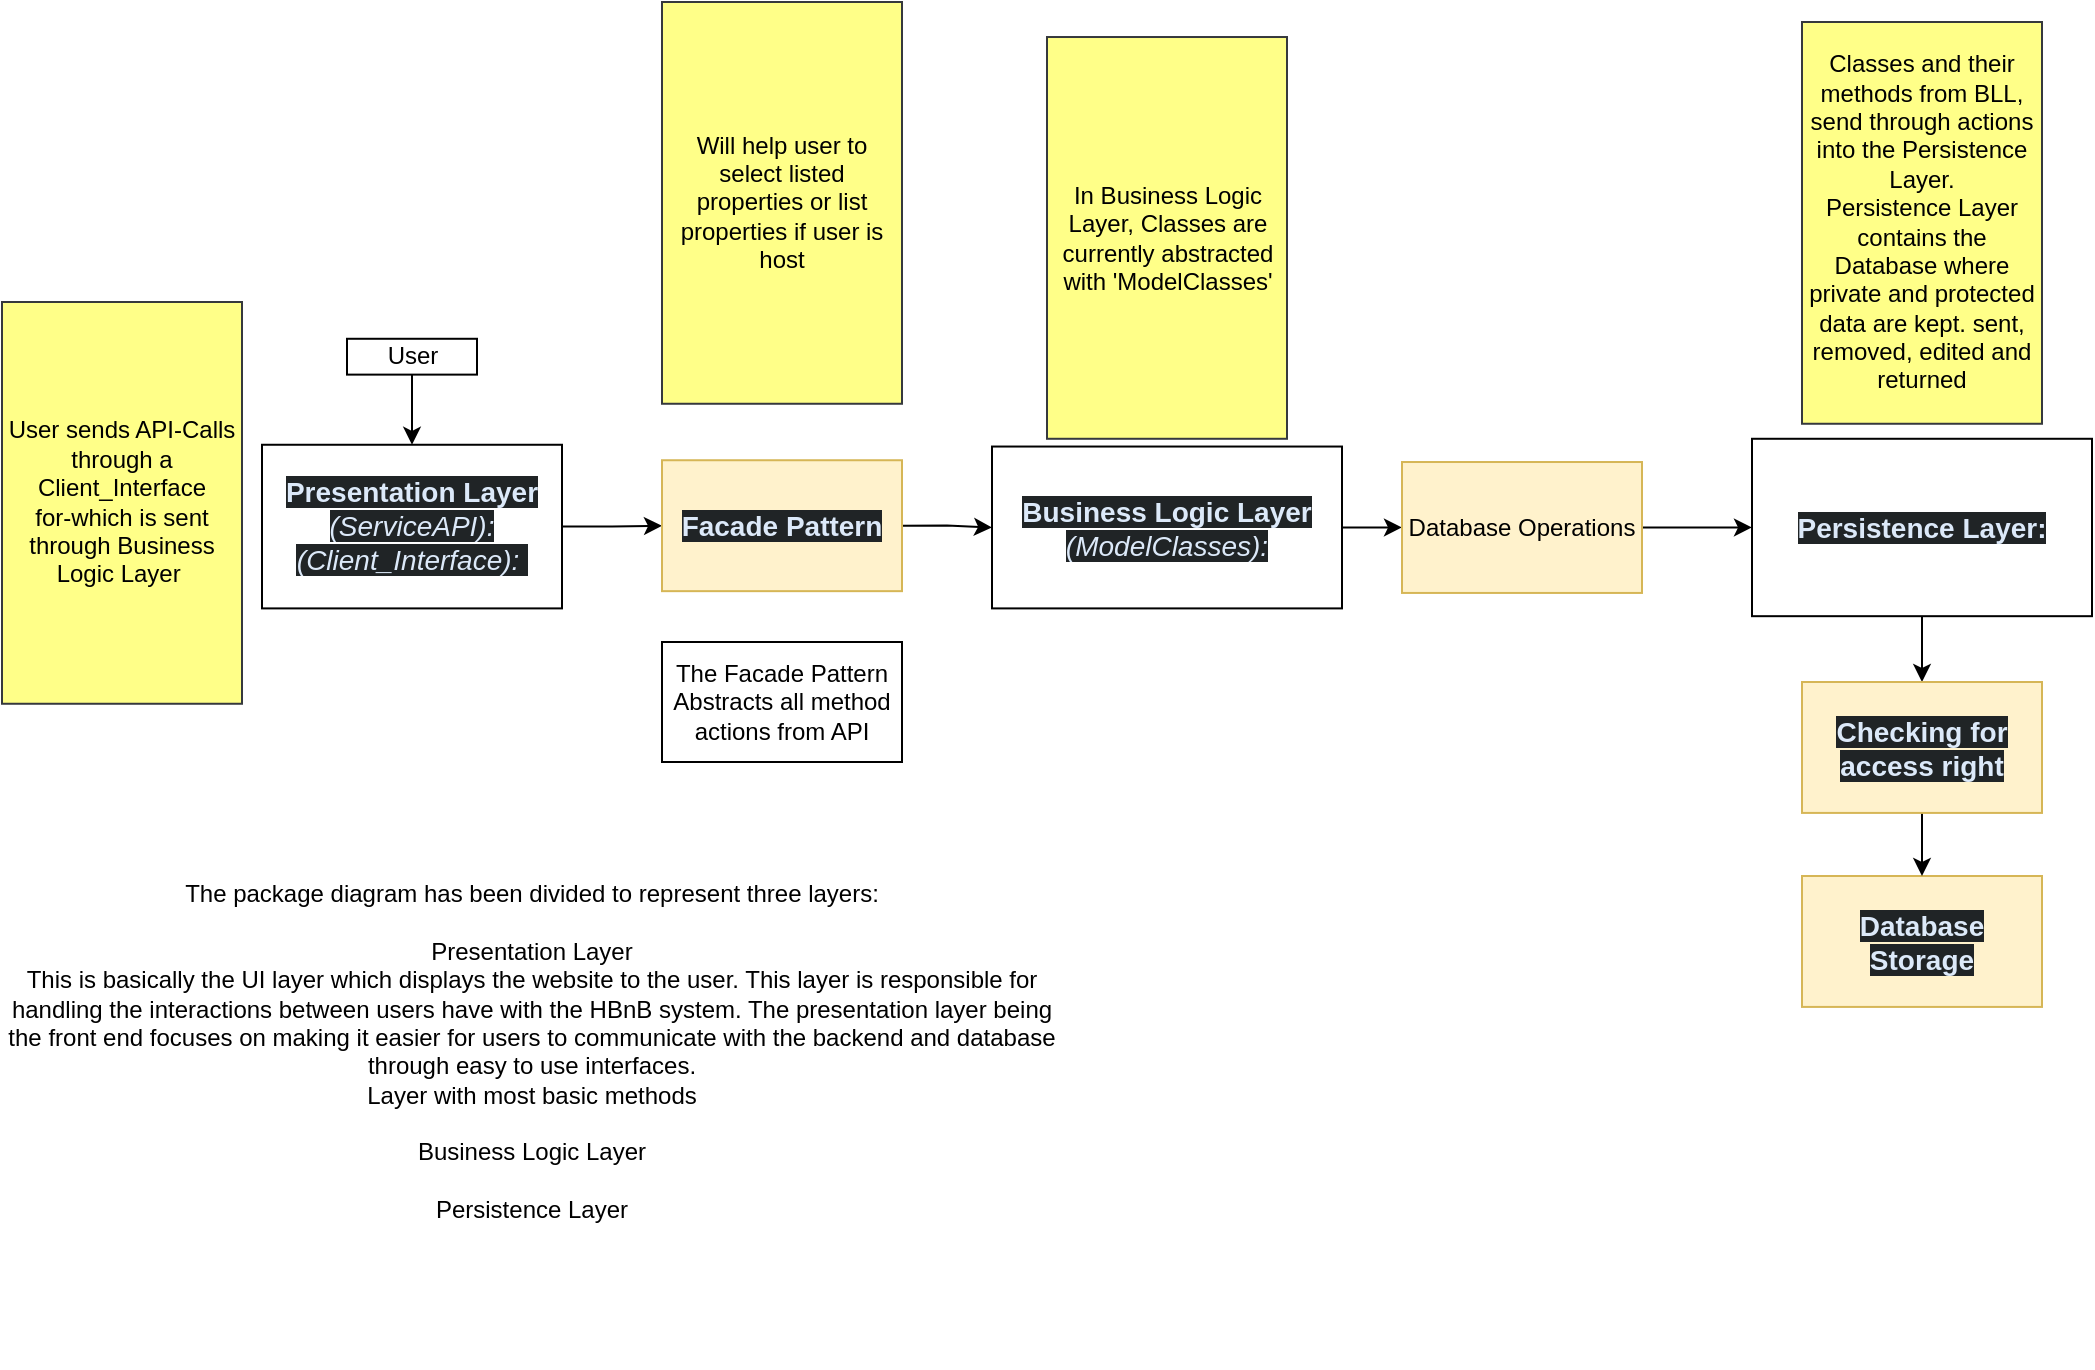
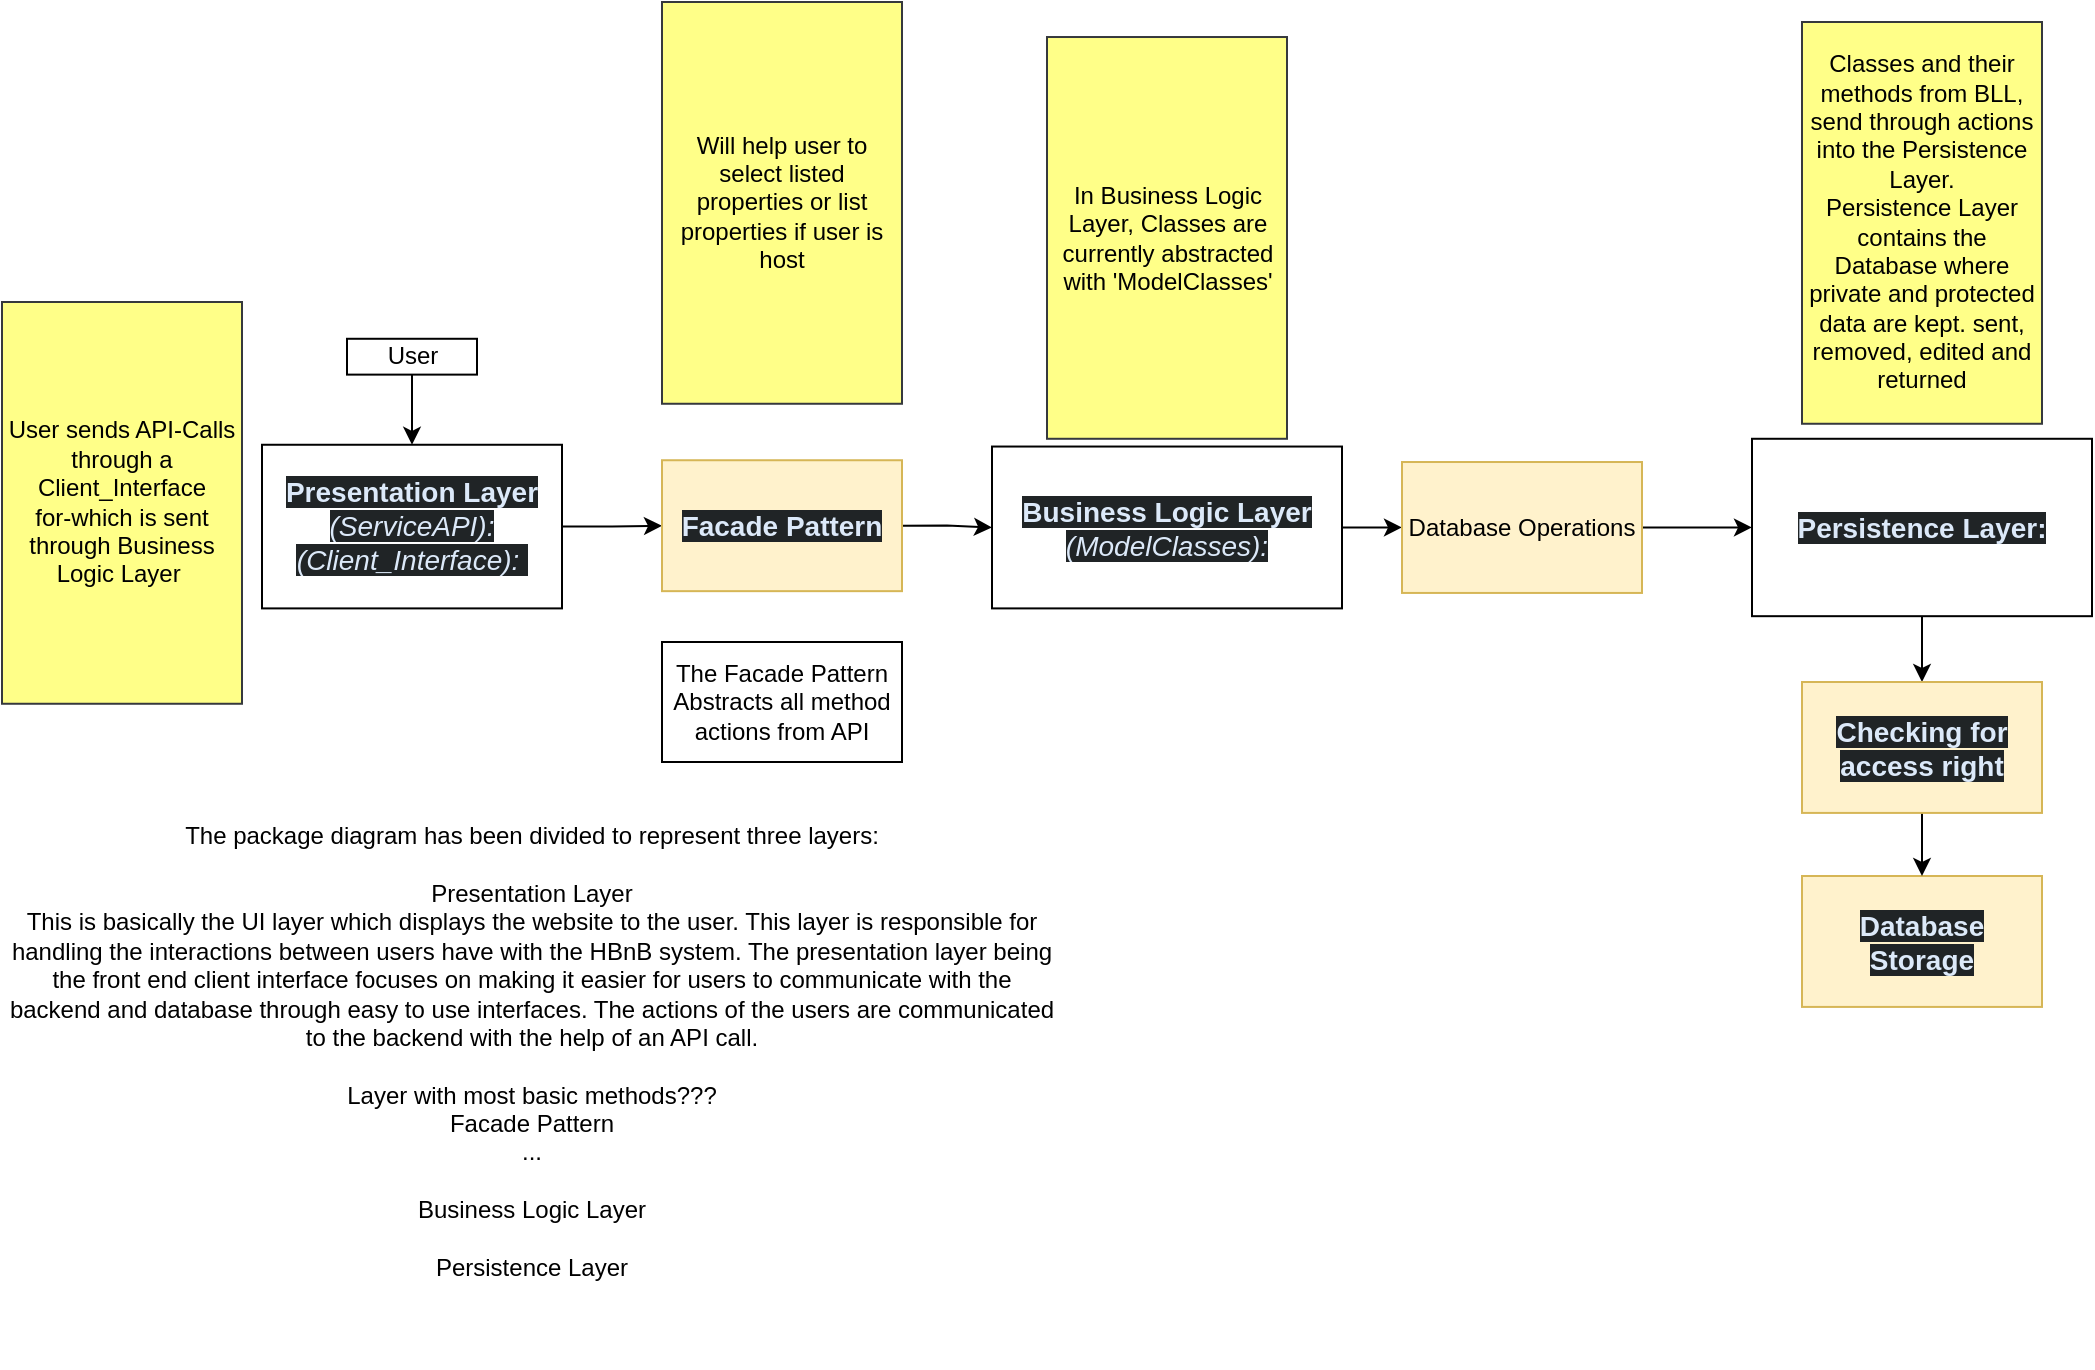
<mxfile host="app.diagrams.net">
  <diagram name="Page-1" id="2KrW7VEhyqmw7Nx4Ttr-">
-     <mxGraphModel dx="689" dy="830" grid="1" gridSize="10" guides="1" tooltips="1" connect="1" arrows="1" fold="1" page="1" pageScale="1" pageWidth="850" pageHeight="1100" math="0" shadow="0">
+     <mxGraphModel dx="574" dy="692" grid="1" gridSize="10" guides="1" tooltips="1" connect="1" arrows="1" fold="1" page="1" pageScale="1" pageWidth="850" pageHeight="1100" math="0" shadow="0">
      <root>
        <mxCell id="0" />
        <mxCell id="1" parent="0" />
        <mxCell id="vZHe2jEZJALmbnLdjFB--106" edge="1" parent="1" source="vZHe2jEZJALmbnLdjFB--105" style="edgeStyle=orthogonalEdgeStyle;rounded=0;orthogonalLoop=1;jettySize=auto;html=1;entryX=0.5;entryY=0;entryDx=0;entryDy=0;exitX=0.5;exitY=1;exitDx=0;exitDy=0;" target="vZHe2jEZJALmbnLdjFB--6" value="">
          <mxGeometry relative="1" as="geometry">
            <mxPoint x="360" y="250" as="sourcePoint" />
          </mxGeometry>
        </mxCell>
        <mxCell id="vZHe2jEZJALmbnLdjFB--6" parent="1" style="rounded=0;whiteSpace=wrap;html=1;" value="&lt;strong style=&quot;box-sizing: border-box; font-weight: bold; scrollbar-color: rgb(95, 99, 104) rgb(49, 54, 60); color: rgb(220, 233, 249); font-family: aktiv-grotesk, sans-serif; font-size: 14px; text-align: start; background-color: rgb(32, 36, 38);&quot;&gt;Presentation Layer &lt;/strong&gt;&lt;span style=&quot;box-sizing: border-box; scrollbar-color: rgb(95, 99, 104) rgb(49, 54, 60); color: rgb(220, 233, 249); font-family: aktiv-grotesk, sans-serif; font-size: 14px; text-align: start; background-color: rgb(32, 36, 38);&quot;&gt;&lt;i&gt;(ServiceAPI):&lt;/i&gt;&lt;/span&gt;&lt;div&gt;&lt;span style=&quot;color: rgb(220, 233, 249); font-family: aktiv-grotesk, sans-serif; font-size: 14px; text-align: start; background-color: rgb(32, 36, 38);&quot;&gt;&lt;i&gt;(Client_Interface):&amp;nbsp;&lt;/i&gt;&lt;/span&gt;&lt;/div&gt;" vertex="1">
          <mxGeometry height="81.82" width="150" x="400" y="301.38" as="geometry" />
        </mxCell>
        <mxCell id="vZHe2jEZJALmbnLdjFB--8" edge="1" parent="1" source="vZHe2jEZJALmbnLdjFB--10" style="edgeStyle=orthogonalEdgeStyle;rounded=0;orthogonalLoop=1;jettySize=auto;html=1;exitX=1;exitY=0.5;exitDx=0;exitDy=0;entryX=0;entryY=0.5;entryDx=0;entryDy=0;" target="vZHe2jEZJALmbnLdjFB--39">
          <mxGeometry relative="1" as="geometry" />
        </mxCell>
        <mxCell id="vZHe2jEZJALmbnLdjFB--10" parent="1" style="rounded=0;whiteSpace=wrap;html=1;" value="&lt;span style=&quot;box-sizing: border-box; scrollbar-color: rgb(95, 99, 104) rgb(49, 54, 60); color: rgb(220, 233, 249); font-family: aktiv-grotesk, sans-serif; font-size: 14px; text-align: start; background-color: rgb(32, 36, 38);&quot;&gt;&lt;b&gt;Business Logic Layer &lt;/b&gt;&lt;i style=&quot;&quot;&gt;(ModelClasses):&lt;/i&gt;&lt;/span&gt;" vertex="1">
          <mxGeometry height="80.93" width="175" x="765" y="302.27" as="geometry" />
        </mxCell>
        <mxCell id="vZHe2jEZJALmbnLdjFB--11" edge="1" parent="1" source="vZHe2jEZJALmbnLdjFB--12" style="edgeStyle=orthogonalEdgeStyle;rounded=0;orthogonalLoop=1;jettySize=auto;html=1;exitX=0.5;exitY=1;exitDx=0;exitDy=0;entryX=0.5;entryY=0;entryDx=0;entryDy=0;" target="vZHe2jEZJALmbnLdjFB--102">
          <mxGeometry relative="1" as="geometry" />
        </mxCell>
        <mxCell id="vZHe2jEZJALmbnLdjFB--12" parent="1" style="rounded=0;whiteSpace=wrap;html=1;" value="&lt;strong style=&quot;box-sizing: border-box; font-weight: bold; scrollbar-color: rgb(95, 99, 104) rgb(49, 54, 60); color: rgb(220, 233, 249); font-family: aktiv-grotesk, sans-serif; font-size: 14px; text-align: start; background-color: rgb(32, 36, 38);&quot;&gt;Persistence Layer:&lt;/strong&gt;" vertex="1">
          <mxGeometry height="88.7" width="170" x="1145" y="298.39" as="geometry" />
        </mxCell>
        <mxCell id="vZHe2jEZJALmbnLdjFB--29" parent="1" style="rounded=0;whiteSpace=wrap;html=1;align=center;fillColor=#fff2cc;strokeColor=#d6b656;" value="&lt;div style=&quot;&quot;&gt;&lt;font color=&quot;#dce9f9&quot; face=&quot;aktiv-grotesk, sans-serif&quot;&gt;&lt;span style=&quot;font-size: 14px; background-color: rgb(32, 36, 38);&quot;&gt;&lt;b&gt;Database&lt;br&gt;Storage&lt;/b&gt;&lt;/span&gt;&lt;/font&gt;&lt;/div&gt;" vertex="1">
          <mxGeometry height="65.46" width="120" x="1170" y="517" as="geometry" />
        </mxCell>
        <mxCell id="vZHe2jEZJALmbnLdjFB--35" edge="1" parent="1" source="vZHe2jEZJALmbnLdjFB--37" style="edgeStyle=orthogonalEdgeStyle;rounded=0;orthogonalLoop=1;jettySize=auto;html=1;exitX=1;exitY=0.5;exitDx=0;exitDy=0;" target="vZHe2jEZJALmbnLdjFB--10">
          <mxGeometry relative="1" as="geometry">
            <mxPoint x="750" y="339.5700000000001" as="sourcePoint" />
          </mxGeometry>
        </mxCell>
        <mxCell id="vZHe2jEZJALmbnLdjFB--36" edge="1" parent="1" source="vZHe2jEZJALmbnLdjFB--6" style="edgeStyle=orthogonalEdgeStyle;rounded=0;orthogonalLoop=1;jettySize=auto;html=1;exitX=1;exitY=0.5;exitDx=0;exitDy=0;entryX=0;entryY=0.5;entryDx=0;entryDy=0;" target="vZHe2jEZJALmbnLdjFB--37">
          <mxGeometry relative="1" as="geometry">
            <mxPoint x="575" y="430" as="targetPoint" />
          </mxGeometry>
        </mxCell>
        <mxCell id="vZHe2jEZJALmbnLdjFB--37" parent="1" style="rounded=0;whiteSpace=wrap;html=1;align=center;fillColor=#fff2cc;strokeColor=#d6b656;" value="&lt;div style=&quot;&quot;&gt;&lt;font color=&quot;#dce9f9&quot; face=&quot;aktiv-grotesk, sans-serif&quot;&gt;&lt;span style=&quot;font-size: 14px; background-color: rgb(32, 36, 38);&quot;&gt;&lt;b&gt;Facade Pattern&lt;/b&gt;&lt;/span&gt;&lt;/font&gt;&lt;/div&gt;" vertex="1">
          <mxGeometry height="65.46" width="120" x="600" y="309.11999999999995" as="geometry" />
        </mxCell>
        <mxCell id="vZHe2jEZJALmbnLdjFB--38" edge="1" parent="1" source="vZHe2jEZJALmbnLdjFB--39" style="edgeStyle=orthogonalEdgeStyle;rounded=0;orthogonalLoop=1;jettySize=auto;html=1;exitX=1;exitY=0.5;exitDx=0;exitDy=0;entryX=0;entryY=0.5;entryDx=0;entryDy=0;" target="vZHe2jEZJALmbnLdjFB--12">
          <mxGeometry relative="1" as="geometry" />
        </mxCell>
        <mxCell id="vZHe2jEZJALmbnLdjFB--39" parent="1" style="rounded=0;whiteSpace=wrap;html=1;align=center;fillColor=#fff2cc;strokeColor=#d6b656;" value="Database Operations" vertex="1">
          <mxGeometry height="65.46" width="120" x="970" y="310.01" as="geometry" />
        </mxCell>
        <mxCell id="vZHe2jEZJALmbnLdjFB--101" edge="1" parent="1" source="vZHe2jEZJALmbnLdjFB--102" style="edgeStyle=orthogonalEdgeStyle;rounded=0;orthogonalLoop=1;jettySize=auto;html=1;exitX=0.5;exitY=1;exitDx=0;exitDy=0;entryX=0.5;entryY=0;entryDx=0;entryDy=0;" target="vZHe2jEZJALmbnLdjFB--29">
          <mxGeometry relative="1" as="geometry">
            <mxPoint x="1460" y="530" as="targetPoint" />
          </mxGeometry>
        </mxCell>
        <mxCell id="vZHe2jEZJALmbnLdjFB--102" parent="1" style="rounded=0;whiteSpace=wrap;html=1;align=center;fillColor=#fff2cc;strokeColor=#d6b656;" value="&lt;div style=&quot;&quot;&gt;&lt;font color=&quot;#dce9f9&quot; face=&quot;aktiv-grotesk, sans-serif&quot;&gt;&lt;span style=&quot;font-size: 14px; background-color: rgb(32, 36, 38);&quot;&gt;&lt;b&gt;Checking for access right&lt;/b&gt;&lt;/span&gt;&lt;/font&gt;&lt;/div&gt;" vertex="1">
          <mxGeometry height="65.46" width="120" x="1170" y="420" as="geometry" />
        </mxCell>
        <mxCell id="vZHe2jEZJALmbnLdjFB--105" parent="1" style="whiteSpace=wrap;html=1;rounded=0;" value="User" vertex="1">
          <mxGeometry height="17.92" width="65" x="442.5" y="248.39" as="geometry" />
        </mxCell>
        <mxCell id="WIsYPLuYnzwIEppj4hiX-1" parent="1" style="rounded=0;whiteSpace=wrap;html=1;fillColor=light-dark(#FFFF88,#FFFF63);strokeColor=#36393d;fontColor=light-dark(#000000,#000000);" value="User sends API-Calls through a Client_Interface&lt;br&gt;for-which is sent through Business Logic Layer&amp;nbsp;" vertex="1">
          <mxGeometry height="200.88" width="120" x="270" y="230" as="geometry" />
        </mxCell>
        <mxCell id="WIsYPLuYnzwIEppj4hiX-2" parent="1" style="rounded=0;whiteSpace=wrap;html=1;fillColor=light-dark(#FFFF88,#FFFF63);strokeColor=#36393d;fontColor=light-dark(#000000,#000000);" value="In Business Logic Layer, Classes are currently abstracted with &#39;ModelClasses&#39;" vertex="1">
          <mxGeometry height="200.88" width="120" x="792.5" y="97.51" as="geometry" />
        </mxCell>
        <mxCell id="WIsYPLuYnzwIEppj4hiX-3" parent="1" style="rounded=0;whiteSpace=wrap;html=1;fillColor=light-dark(#FFFF88,#FFFF63);strokeColor=#36393d;fontColor=light-dark(#000000,#000000);" value="Classes and their methods from BLL,&lt;br&gt;send through actions into the Persistence Layer.&lt;br&gt;Persistence Layer contains the Database where private and protected data are kept. sent, removed, edited and returned" vertex="1">
          <mxGeometry height="200.88" width="120" x="1170" y="90" as="geometry" />
        </mxCell>
        <mxCell id="WgZE8rlp9okLk8PS5iAP-1" parent="1" style="rounded=0;whiteSpace=wrap;html=1;fillColor=light-dark(#FFFF88,#FFFF63);strokeColor=#36393d;fontColor=light-dark(#000000,#000000);" value="Will help user to select listed properties or list properties if user is host" vertex="1">
          <mxGeometry height="200.88" width="120" x="600" y="80" as="geometry" />
        </mxCell>
        <mxCell id="jcnPVMmyGXToek09mdS7-1" parent="1" style="rounded=0;whiteSpace=wrap;html=1;" value="The Facade Pattern Abstracts all method actions from API" vertex="1">
          <mxGeometry height="60" width="120" x="600" y="400" as="geometry" />
        </mxCell>
-         <mxCell id="3AgvAKh3npFNZkdtQLno-1" parent="1" style="text;html=1;whiteSpace=wrap;strokeColor=none;fillColor=none;align=center;verticalAlign=middle;rounded=0;" value="The package diagram has been divided to represent three layers:&lt;br&gt;&lt;br&gt;Presentation Layer&lt;div&gt;This is basically the UI layer which displays the website to the user. This layer is responsible for handling the interactions between users have with the HBnB system. The presentation layer being the front end focuses on making it easier for users to communicate with the backend and database through easy to use interfaces.&lt;br&gt;Layer with most basic methods&lt;br&gt;&lt;br&gt;Business Logic Layer&lt;div&gt;&lt;br&gt;&lt;/div&gt;&lt;div&gt;Persistence Layer&lt;br&gt;&lt;div&gt;&lt;br&gt;&lt;/div&gt;&lt;/div&gt;&lt;/div&gt;" vertex="1">
+         <mxCell id="3AgvAKh3npFNZkdtQLno-1" parent="1" style="text;html=1;whiteSpace=wrap;strokeColor=none;fillColor=none;align=center;verticalAlign=middle;rounded=0;" value="The package diagram has been divided to represent three layers:&lt;br&gt;&lt;br&gt;Presentation Layer&lt;div&gt;This is basically the UI layer which displays the website to the user. This layer is responsible for handling the interactions between users have with the HBnB system. The presentation layer being the front end client interface focuses on making it easier for users to communicate with the backend and database through easy to use interfaces. The actions of the users are communicated to the backend with the help of an API cal&lt;span style=&quot;background-color: transparent; color: light-dark(rgb(0, 0, 0), rgb(255, 255, 255));&quot;&gt;l.&lt;/span&gt;&lt;/div&gt;&lt;div&gt;&lt;br&gt;&lt;/div&gt;&lt;div&gt;Layer with most basic methods???&lt;span style=&quot;background-color: transparent; color: light-dark(rgb(0, 0, 0), rgb(255, 255, 255));&quot;&gt;&lt;/span&gt;&lt;/div&gt;&lt;div&gt;&lt;span style=&quot;background-color: transparent; color: light-dark(rgb(0, 0, 0), rgb(255, 255, 255));&quot;&gt;Facade Pattern&lt;/span&gt;&lt;/div&gt;&lt;div&gt;&lt;span style=&quot;background-color: transparent; color: light-dark(rgb(0, 0, 0), rgb(255, 255, 255));&quot;&gt;...&lt;/span&gt;&lt;/div&gt;&lt;div&gt;&lt;br&gt;Business Logic Layer&lt;div&gt;&lt;br&gt;&lt;/div&gt;&lt;div&gt;Persistence Layer&lt;br&gt;&lt;div&gt;&lt;br&gt;&lt;/div&gt;&lt;/div&gt;&lt;/div&gt;" vertex="1">
          <mxGeometry height="303" width="530" x="270" y="460" as="geometry" />
        </mxCell>
      </root>
    </mxGraphModel>
  </diagram>
</mxfile>
